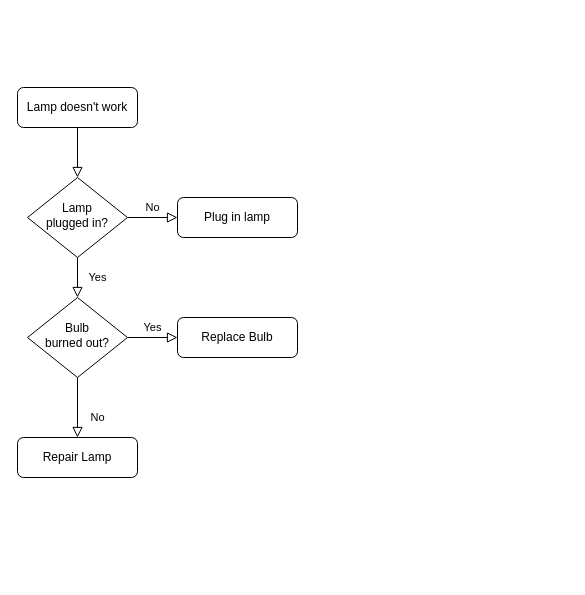
Earlier version of the draw.io diagram 钉钉开课流程.drawio (innovatorCL/DiagramsRepo). Source tidied: cells renumbered, new cells numbered last; positions are measured from the earlier drawing's top-left corner, leaving out a move shared by most shapes. Both pictures are drawn from the tidied source at 100%, with x=0, y=0 at pixel (17, 87).
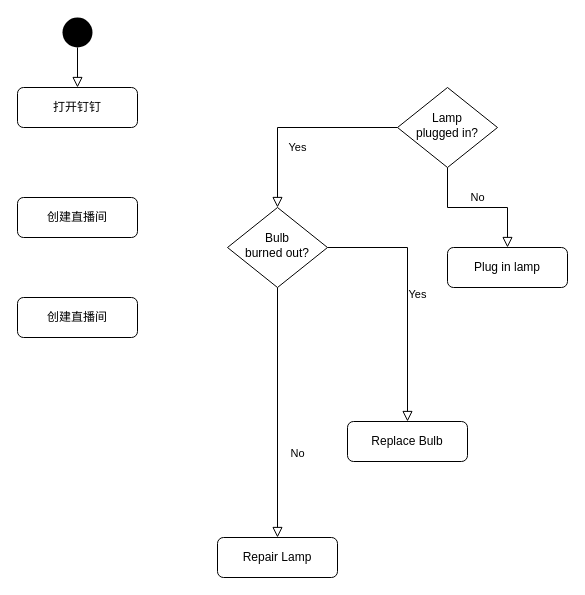
The same page after the edit.

Commit message:
update 钉钉开课流程.drawio

What changed in the source:
```diff
@@
 <mxGraphModel>
   <root>
     <mxCell id="0" />
     <mxCell id="1" parent="0" />
-    <mxCell id="2" style="rounded=0;html=1;jettySize=auto;fontSize=11;endArrow=block;endFill=0;endSize=8;strokeWidth=1;shadow=0;labelBackgroundColor=none;edgeStyle=orthogonalEdgeStyle;" parent="1" edge="1" source="3" target="6">
-      <mxGeometry relative="1" as="geometry" />
-    </mxCell>
-    <mxCell id="3" value="Lamp doesn't work" style="rounded=1;whiteSpace=wrap;html=1;fontSize=12;glass=0;strokeWidth=1;shadow=0;" parent="1" vertex="1">
+    <mxCell id="3" value="打开钉钉" style="rounded=1;whiteSpace=wrap;html=1;fontSize=12;glass=0;strokeWidth=1;shadow=0;" parent="1" vertex="1">
       <mxGeometry width="120" height="40" as="geometry" />
     </mxCell>
     <mxCell id="4" value="Yes" style="rounded=0;html=1;jettySize=auto;fontSize=11;endArrow=block;endFill=0;endSize=8;strokeWidth=1;shadow=0;labelBackgroundColor=none;edgeStyle=orthogonalEdgeStyle;" parent="1" edge="1" source="6" target="10">
       <mxGeometry y="20" relative="1" as="geometry" />
     </mxCell>
     <mxCell id="5" value="No" style="edgeStyle=orthogonalEdgeStyle;rounded=0;html=1;jettySize=auto;fontSize=11;endArrow=block;endFill=0;endSize=8;strokeWidth=1;shadow=0;labelBackgroundColor=none;" parent="1" edge="1" source="6" target="7">
       <mxGeometry y="10" relative="1" as="geometry" />
     </mxCell>
     <mxCell id="6" value="Lamp&lt;br&gt;plugged in?" style="rhombus;whiteSpace=wrap;html=1;shadow=0;fontFamily=Helvetica;fontSize=12;align=center;strokeWidth=1;spacing=6;spacingTop=-4;" parent="1" vertex="1">
-      <mxGeometry x="10" y="90" width="100" height="80" as="geometry" />
+      <mxGeometry x="380" width="100" height="80" as="geometry" />
     </mxCell>
     <mxCell id="7" value="Plug in lamp" style="rounded=1;whiteSpace=wrap;html=1;fontSize=12;glass=0;strokeWidth=1;shadow=0;" parent="1" vertex="1">
-      <mxGeometry x="160" y="110" width="120" height="40" as="geometry" />
+      <mxGeometry x="430" y="160" width="120" height="40" as="geometry" />
     </mxCell>
     <mxCell id="8" value="No" style="rounded=0;html=1;jettySize=auto;fontSize=11;endArrow=block;endFill=0;endSize=8;strokeWidth=1;shadow=0;labelBackgroundColor=none;edgeStyle=orthogonalEdgeStyle;" parent="1" edge="1" source="10" target="11">
       <mxGeometry x="0.33" y="20" relative="1" as="geometry" />
     </mxCell>
     <mxCell id="9" value="Yes" style="edgeStyle=orthogonalEdgeStyle;rounded=0;html=1;jettySize=auto;fontSize=11;endArrow=block;endFill=0;endSize=8;strokeWidth=1;shadow=0;labelBackgroundColor=none;" parent="1" edge="1" source="10" target="12">
       <mxGeometry y="10" relative="1" as="geometry" />
     </mxCell>
     <mxCell id="10" value="Bulb&lt;br&gt;burned out?" style="rhombus;whiteSpace=wrap;html=1;shadow=0;fontFamily=Helvetica;fontSize=12;align=center;strokeWidth=1;spacing=6;spacingTop=-4;" parent="1" vertex="1">
-      <mxGeometry x="10" y="210" width="100" height="80" as="geometry" />
+      <mxGeometry x="210" y="120" width="100" height="80" as="geometry" />
     </mxCell>
     <mxCell id="11" value="Repair Lamp" style="rounded=1;whiteSpace=wrap;html=1;fontSize=12;glass=0;strokeWidth=1;shadow=0;" parent="1" vertex="1">
-      <mxGeometry y="350" width="120" height="40" as="geometry" />
+      <mxGeometry x="200" y="450" width="120" height="40" as="geometry" />
     </mxCell>
     <mxCell id="12" value="Replace Bulb" style="rounded=1;whiteSpace=wrap;html=1;fontSize=12;glass=0;strokeWidth=1;shadow=0;" parent="1" vertex="1">
-      <mxGeometry x="160" y="230" width="120" height="40" as="geometry" />
+      <mxGeometry x="330" y="334" width="120" height="40" as="geometry" />
     </mxCell>
+    <mxCell id="13" style="ellipse;fillColor=#000000;strokeColor=none;" parent="1" vertex="1">
+      <mxGeometry x="45" y="-70" width="30" height="30" as="geometry" />
+    </mxCell>
+    <mxCell id="14" style="rounded=0;html=1;jettySize=auto;fontSize=11;endArrow=block;endFill=0;endSize=8;strokeWidth=1;shadow=0;labelBackgroundColor=none;edgeStyle=orthogonalEdgeStyle;exitX=0.5;exitY=1;exitDx=0;exitDy=0;entryX=0.5;entryY=0;entryDx=0;entryDy=0;" parent="1" edge="1" source="13" target="3">
+      <mxGeometry relative="1" as="geometry" />
+    </mxCell>
+    <mxCell id="15" value="创建直播间" style="rounded=1;whiteSpace=wrap;html=1;fontSize=12;glass=0;strokeWidth=1;shadow=0;" parent="1" vertex="1">
+      <mxGeometry y="110" width="120" height="40" as="geometry" />
+    </mxCell>
+    <mxCell id="16" value="创建直播间" style="rounded=1;whiteSpace=wrap;html=1;fontSize=12;glass=0;strokeWidth=1;shadow=0;" parent="1" vertex="1">
+      <mxGeometry y="210" width="120" height="40" as="geometry" />
+    </mxCell>
   </root>
 </mxGraphModel>
```
